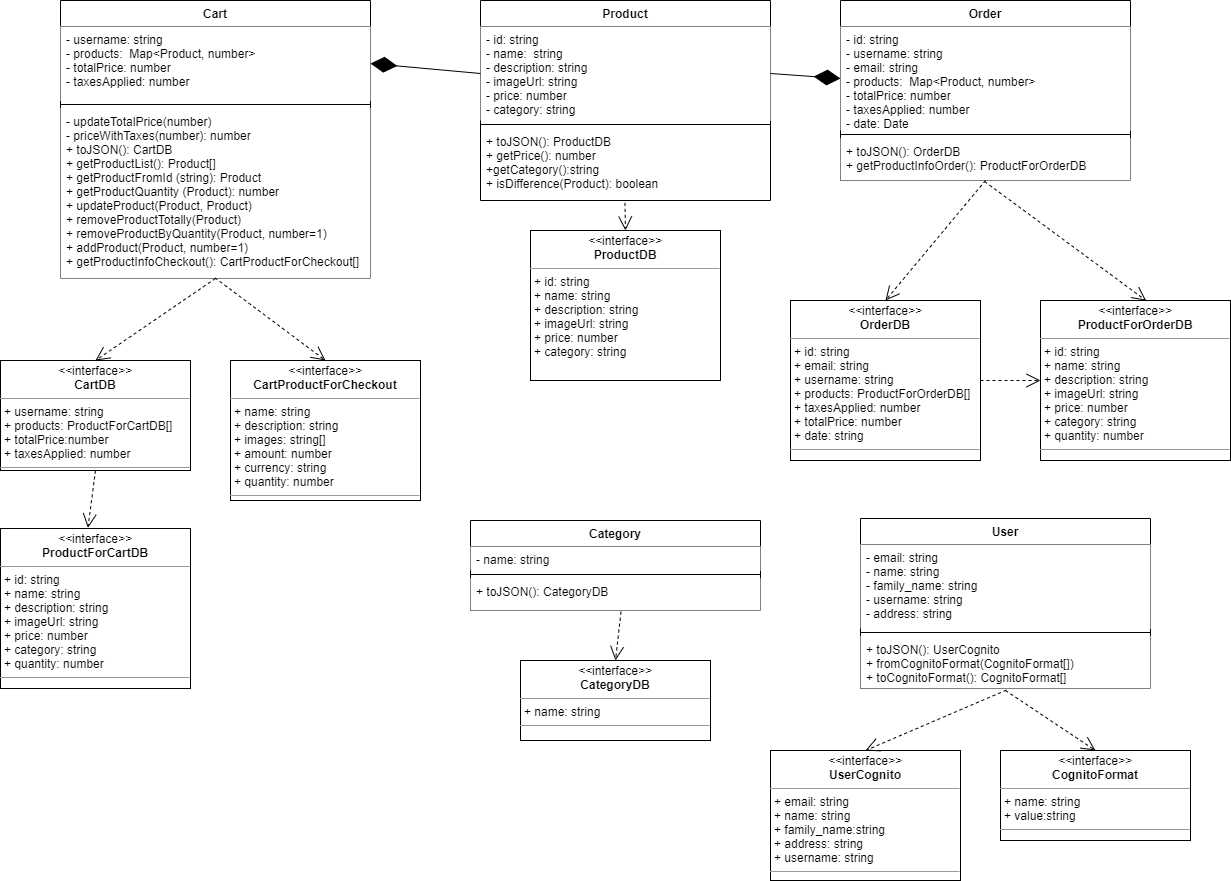
The draw.io diagram DocumentazioneEsterna/DeveloperManual/res/Architettura/Backend/img/diagrammaClassiBack-end.png in Omicron-Team/Documentazione, before a commit. Source tidied: cells renumbered, new cells last; positions are measured from the earlier drawing's top-left corner, leaving out a move shared by most shapes.
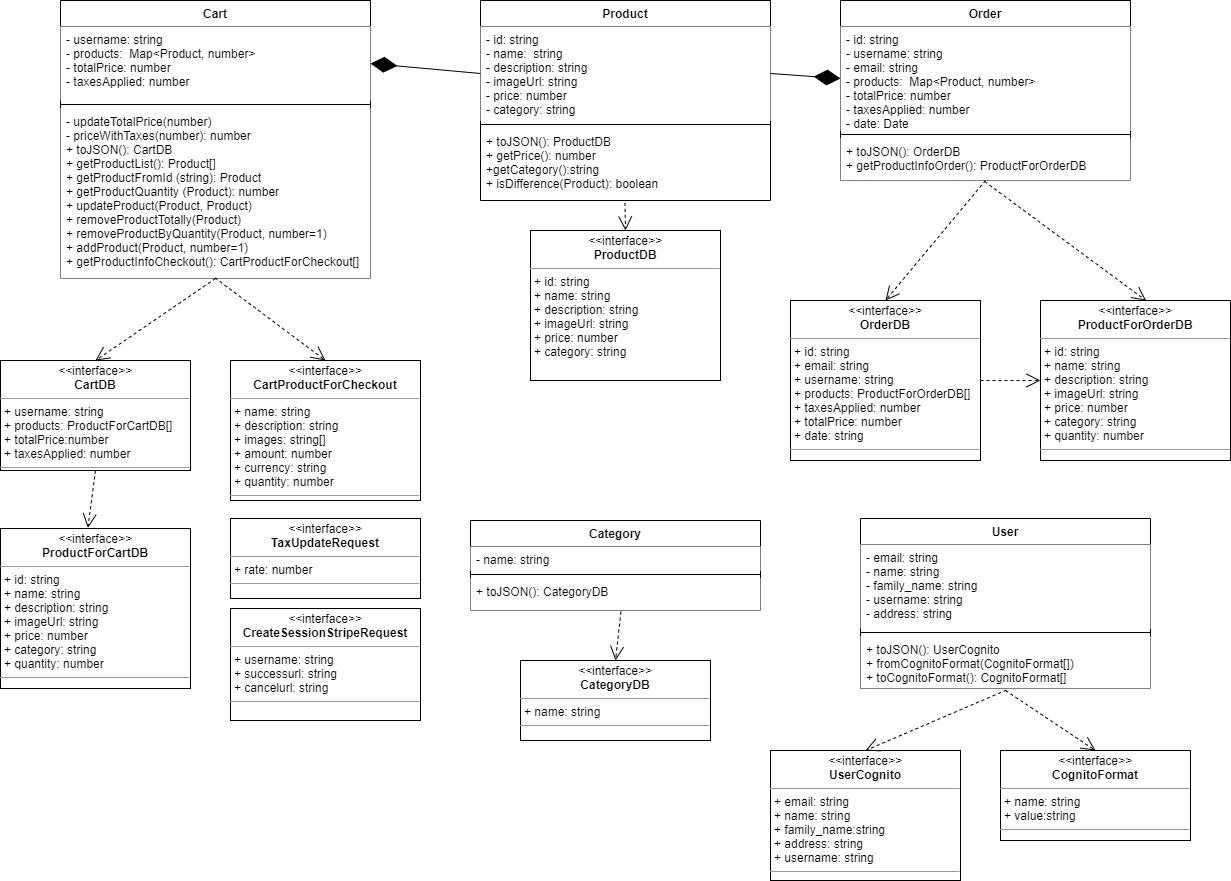
Later version of the same file.

Commit message:
close #138 - add interface class model BE

Diff of the diagram source:
```diff
@@ -144,5 +144,11 @@
         <mxPoint y="1" as="offset" />
       </mxGeometry>
     </mxCell>
+    <mxCell id="43" value="&lt;p style=&quot;margin: 0px ; margin-top: 4px ; text-align: center&quot;&gt;&lt;i&gt;&amp;lt;&amp;lt;&lt;/i&gt;interface&lt;i&gt;&amp;gt;&amp;gt;&lt;/i&gt;&lt;br&gt;&lt;b&gt;TaxUpdateRequest&lt;/b&gt;&lt;/p&gt;&lt;hr size=&quot;1&quot;&gt;&lt;p style=&quot;margin: 0px ; margin-left: 4px&quot;&gt;+ rate: number&lt;/p&gt;&lt;hr size=&quot;1&quot;&gt;&lt;p style=&quot;margin: 0px ; margin-left: 4px&quot;&gt;&lt;br&gt;&lt;/p&gt;" style="verticalAlign=top;align=left;overflow=fill;fontSize=12;fontFamily=Helvetica;html=1;" parent="1" vertex="1">
+      <mxGeometry x="230" y="518" width="190" height="80" as="geometry" />
+    </mxCell>
+    <mxCell id="44" value="&lt;p style=&quot;margin: 0px ; margin-top: 4px ; text-align: center&quot;&gt;&lt;i&gt;&amp;lt;&amp;lt;&lt;/i&gt;interface&lt;i&gt;&amp;gt;&amp;gt;&lt;/i&gt;&lt;br&gt;&lt;b&gt;CreateSessionStripeRequest&lt;/b&gt;&lt;/p&gt;&lt;hr size=&quot;1&quot;&gt;&lt;p style=&quot;margin: 0px ; margin-left: 4px&quot;&gt;+ username: string&lt;/p&gt;&lt;p style=&quot;margin: 0px ; margin-left: 4px&quot;&gt;+ successurl: string&lt;/p&gt;&lt;p style=&quot;margin: 0px ; margin-left: 4px&quot;&gt;+ cancelurl: string&lt;/p&gt;&lt;hr size=&quot;1&quot;&gt;&lt;p style=&quot;margin: 0px ; margin-left: 4px&quot;&gt;&lt;br&gt;&lt;/p&gt;" style="verticalAlign=top;align=left;overflow=fill;fontSize=12;fontFamily=Helvetica;html=1;" parent="1" vertex="1">
+      <mxGeometry x="230" y="608" width="190" height="112" as="geometry" />
+    </mxCell>
   </root>
 </mxGraphModel>
```
